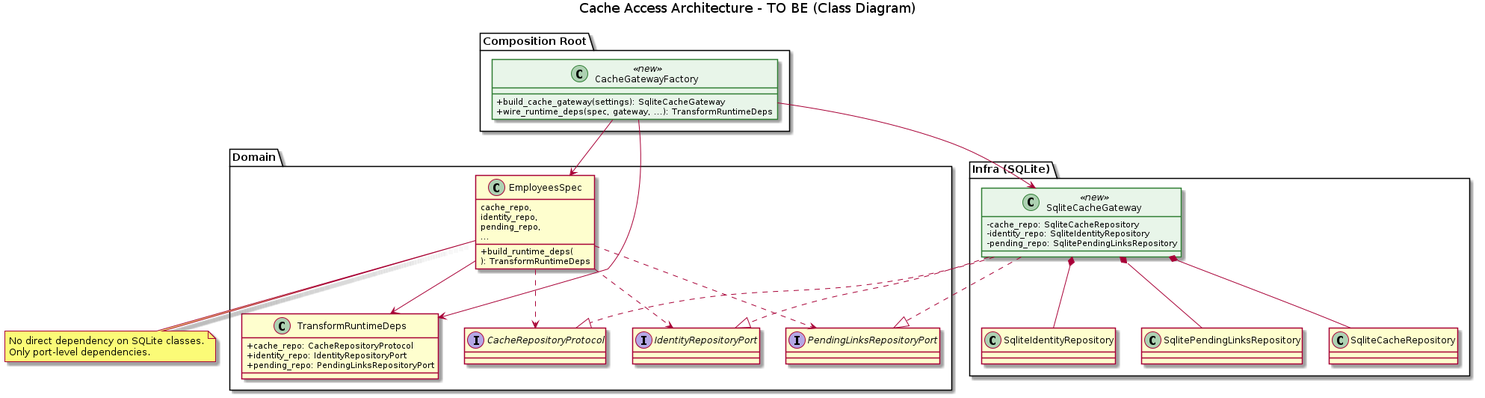
xORex-LC/nexus-etl keeps this PlantUML diagram as docs/uml/cache/cache_to_be_class.png. Above is the earlier version. Its source is kept beside it as docs/uml/cache/cache_to_be_class.puml.
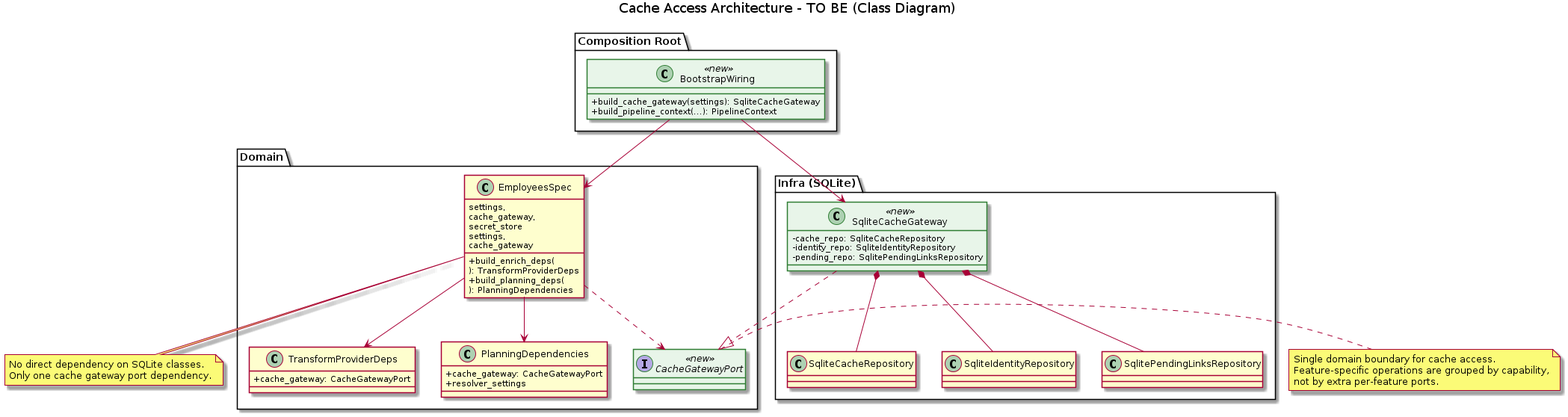
The same diagram one commit later.

Commit message:
Update stage engine plan and cache UML for gateway architecture

Diff of the diagram source:
```diff
@@ -9,23 +9,27 @@
 }
 
 package "Domain" {
-  interface CacheRepositoryProtocol
-  interface IdentityRepositoryPort
-  interface PendingLinksRepositoryPort
+  interface CacheGatewayPort <<new>>
 
-  class TransformRuntimeDeps {
-    +cache_repo: CacheRepositoryProtocol
-    +identity_repo: IdentityRepositoryPort
-    +pending_repo: PendingLinksRepositoryPort
+  class TransformProviderDeps {
+    +cache_gateway: CacheGatewayPort
+  }
+
+  class PlanningDependencies {
+    +cache_gateway: CacheGatewayPort
+    +resolver_settings
   }
 
   class EmployeesSpec {
-    +build_runtime_deps(
-      cache_repo,
-      identity_repo,
-      pending_repo,
-      ...
-    ): TransformRuntimeDeps
+    +build_enrich_deps(
+      settings,
+      cache_gateway,
+      secret_store
+    ): TransformProviderDeps
+    +build_planning_deps(
+      settings,
+      cache_gateway
+    ): PlanningDependencies
   }
 }
 
@@ -42,32 +46,34 @@
 }
 
 package "Composition Root" {
-  class CacheGatewayFactory <<new>> {
+  class BootstrapWiring <<new>> {
     +build_cache_gateway(settings): SqliteCacheGateway
-    +wire_runtime_deps(spec, gateway, ...): TransformRuntimeDeps
+    +build_pipeline_context(...): PipelineContext
   }
 }
 
-SqliteCacheGateway ..|> CacheRepositoryProtocol
-SqliteCacheGateway ..|> IdentityRepositoryPort
-SqliteCacheGateway ..|> PendingLinksRepositoryPort
+SqliteCacheGateway ..|> CacheGatewayPort
 
 SqliteCacheGateway *-- SqliteCacheRepository
 SqliteCacheGateway *-- SqliteIdentityRepository
 SqliteCacheGateway *-- SqlitePendingLinksRepository
 
-EmployeesSpec ..> CacheRepositoryProtocol
-EmployeesSpec ..> IdentityRepositoryPort
-EmployeesSpec ..> PendingLinksRepositoryPort
-EmployeesSpec --> TransformRuntimeDeps
+EmployeesSpec ..> CacheGatewayPort
+EmployeesSpec --> TransformProviderDeps
+EmployeesSpec --> PlanningDependencies
 
-CacheGatewayFactory --> SqliteCacheGateway
-CacheGatewayFactory --> EmployeesSpec
-CacheGatewayFactory --> TransformRuntimeDeps
+BootstrapWiring --> SqliteCacheGateway
+BootstrapWiring --> EmployeesSpec
 
 note bottom of EmployeesSpec
 No direct dependency on SQLite classes.
-Only port-level dependencies.
+Only one cache gateway port dependency.
+end note
+
+note right of CacheGatewayPort
+Single domain boundary for cache access.
+Feature-specific operations are grouped by capability,
+not by extra per-feature ports.
 end note
 
 @enduml
```
